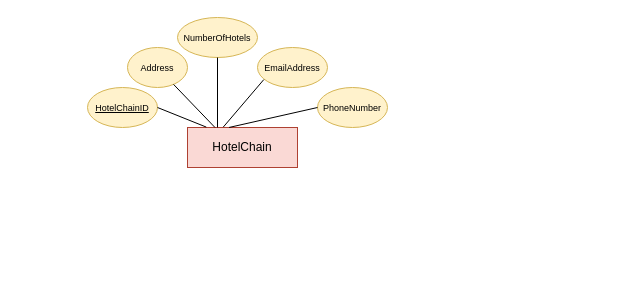
Earlier version of the draw.io diagram 1st-deliverable/Untitled Diagram.drawio (miuponn/eHotels-Project). Source tidied: cells renumbered, new cells numbered last; positions are measured from the earlier drawing's top-left corner, leaving out a move shared by most shapes. Both pictures are drawn from the tidied source at 100%, with x=0, y=0 at pixel (87, 17).
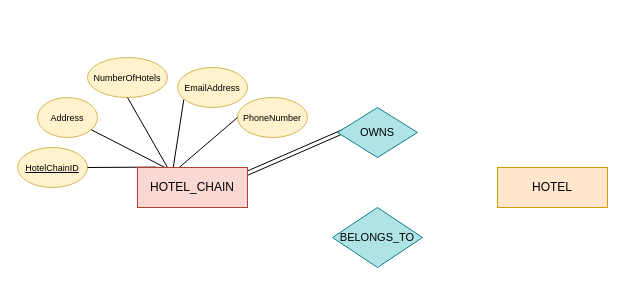
After the change.

What changed in the source:
```diff
@@
-    <mxCell id="2" value="HotelChain" style="rounded=0;whiteSpace=wrap;html=1;fillColor=#fad9d5;strokeColor=#ae4132;" parent="1" vertex="1">
-      <mxGeometry x="100" y="110" width="110" height="40" as="geometry" />
-    </mxCell>
     <mxCell id="3" value="&lt;font style=&quot;font-size: 9px;&quot;&gt;Address&lt;/font&gt;" style="ellipse;whiteSpace=wrap;html=1;fillColor=#fff2cc;strokeColor=#d6b656;" parent="1" vertex="1">
-      <mxGeometry x="40" y="30" width="60" height="40" as="geometry" />
+      <mxGeometry x="-50" y="80" width="60" height="40" as="geometry" />
     </mxCell>
     <mxCell id="4" value="&lt;font size=&quot;1&quot;&gt;&lt;u style=&quot;font-size: 9px;&quot;&gt;HotelChainID&lt;/u&gt;&lt;/font&gt;" style="ellipse;whiteSpace=wrap;html=1;fillColor=#fff2cc;strokeColor=#d6b656;" parent="1" vertex="1">
-      <mxGeometry y="70" width="70" height="40" as="geometry" />
+      <mxGeometry x="-70" y="130" width="70" height="40" as="geometry" />
     </mxCell>
     <mxCell id="5" value="&lt;font style=&quot;font-size: 9px;&quot;&gt;NumberOfHotels&lt;/font&gt;" style="ellipse;whiteSpace=wrap;html=1;fillColor=#fff2cc;strokeColor=#d6b656;" parent="1" vertex="1">
-      <mxGeometry x="90" width="80" height="40" as="geometry" />
+      <mxGeometry y="40" width="80" height="40" as="geometry" />
     </mxCell>
-    <mxCell id="6" style="endArrow=none;html=1;rounded=0;entryX=0.171;entryY=-0.01;entryDx=0;entryDy=0;entryPerimeter=0;exitX=1;exitY=0.5;exitDx=0;exitDy=0;" parent="1" edge="1" source="4" target="2">
-      <mxGeometry relative="1" as="geometry" />
+    <mxCell id="6" style="endArrow=none;html=1;rounded=0;entryX=0.171;entryY=-0.01;entryDx=0;entryDy=0;entryPerimeter=0;exitX=1;exitY=0.5;exitDx=0;exitDy=0;" parent="1" edge="1" source="4">
+      <mxGeometry relative="1" as="geometry">
+        <mxPoint x="68.8" y="149.6" as="targetPoint" />
+      </mxGeometry>
     </mxCell>
     <mxCell id="7" value="&lt;font style=&quot;font-size: 9px;&quot;&gt;EmailAddress&lt;/font&gt;" style="ellipse;whiteSpace=wrap;html=1;fillColor=#fff2cc;strokeColor=#d6b656;" parent="1" vertex="1">
-      <mxGeometry x="170" y="30" width="70" height="40" as="geometry" />
+      <mxGeometry x="90" y="50" width="70" height="40" as="geometry" />
     </mxCell>
     <mxCell id="8" style="endArrow=none;html=1;rounded=0;exitX=0.5;exitY=1;exitDx=0;exitDy=0;" parent="1" edge="1" source="5">
       <mxGeometry relative="1" as="geometry">
-        <mxPoint x="130" y="110" as="targetPoint" />
+        <mxPoint x="80" y="150" as="targetPoint" />
       </mxGeometry>
     </mxCell>
     <mxCell id="9" value="&lt;font style=&quot;font-size: 9px;&quot;&gt;PhoneNumber&lt;/font&gt;" style="ellipse;whiteSpace=wrap;html=1;fillColor=#fff2cc;strokeColor=#d6b656;" parent="1" vertex="1">
-      <mxGeometry x="230" y="70" width="70" height="40" as="geometry" />
+      <mxGeometry x="150" y="80" width="70" height="40" as="geometry" />
     </mxCell>
-    <mxCell id="10" style="endArrow=none;html=1;rounded=0;entryX=0.25;entryY=0;entryDx=0;entryDy=0;" parent="1" edge="1" source="3" target="2">
-      <mxGeometry relative="1" as="geometry" />
+    <mxCell id="10" style="endArrow=none;html=1;rounded=0;entryX=0.25;entryY=0;entryDx=0;entryDy=0;" parent="1" edge="1" source="3">
+      <mxGeometry relative="1" as="geometry">
+        <mxPoint x="77.5" y="150" as="targetPoint" />
+      </mxGeometry>
     </mxCell>
-    <mxCell id="11" style="endArrow=none;html=1;rounded=0;entryX=0.09;entryY=0.802;entryDx=0;entryDy=0;entryPerimeter=0;exitX=0.325;exitY=-0.01;exitDx=0;exitDy=0;exitPerimeter=0;" parent="1" edge="1" source="2" target="7">
-      <mxGeometry relative="1" as="geometry" />
+    <mxCell id="11" style="endArrow=none;html=1;rounded=0;entryX=0.09;entryY=0.802;entryDx=0;entryDy=0;entryPerimeter=0;exitX=0.325;exitY=-0.01;exitDx=0;exitDy=0;exitPerimeter=0;" parent="1" edge="1" target="7">
+      <mxGeometry relative="1" as="geometry">
+        <mxPoint x="85.8" y="149.6" as="sourcePoint" />
+      </mxGeometry>
     </mxCell>
-    <mxCell id="12" style="endArrow=none;html=1;rounded=0;entryX=0;entryY=0.5;entryDx=0;entryDy=0;exitX=0.378;exitY=-0.001;exitDx=0;exitDy=0;exitPerimeter=0;" parent="1" edge="1" source="2" target="9">
-      <mxGeometry relative="1" as="geometry" />
+    <mxCell id="12" style="endArrow=none;html=1;rounded=0;entryX=0;entryY=0.5;entryDx=0;entryDy=0;exitX=0.378;exitY=-0.001;exitDx=0;exitDy=0;exitPerimeter=0;" parent="1" edge="1" target="9">
+      <mxGeometry relative="1" as="geometry">
+        <mxPoint x="91.6" y="150" as="sourcePoint" />
+      </mxGeometry>
     </mxCell>
+    <mxCell id="13" style="endArrow=none;html=1;rounded=0;entryX=0.082;entryY=0.472;entryDx=0;entryDy=0;shape=link;entryPerimeter=0;exitX=0.909;exitY=0.25;exitDx=0;exitDy=0;exitPerimeter=0;" parent="1" edge="1" target="16">
+      <mxGeometry relative="1" as="geometry">
+        <mxPoint x="150" y="160" as="sourcePoint" />
+      </mxGeometry>
+    </mxCell>
+    <mxCell id="14" value="HOTEL" style="rounded=0;whiteSpace=wrap;html=1;fillColor=#ffe6cc;strokeColor=#d79b00;" parent="1" vertex="1">
+      <mxGeometry x="410" y="150" width="110" height="40" as="geometry" />
+    </mxCell>
+    <mxCell id="15" value="&lt;font style=&quot;font-size: 11px;&quot;&gt;BELONGS_TO&lt;/font&gt;" style="rhombus;whiteSpace=wrap;html=1;fillColor=#b0e3e6;strokeColor=#0e8088;" parent="1" vertex="1">
+      <mxGeometry x="245" y="190" width="90" height="60" as="geometry" />
+    </mxCell>
+    <mxCell id="16" value="&lt;font style=&quot;font-size: 11px;&quot;&gt;OWNS&lt;/font&gt;" style="rhombus;whiteSpace=wrap;html=1;fillColor=#b0e3e6;strokeColor=#0e8088;" parent="1" vertex="1">
+      <mxGeometry x="250" y="90" width="80" height="50" as="geometry" />
+    </mxCell>
+    <mxCell id="17" value="HOTEL_CHAIN" style="rounded=0;whiteSpace=wrap;html=1;fillColor=#fad9d5;strokeColor=#ae4132;" parent="1" vertex="1">
+      <mxGeometry x="50" y="150" width="110" height="40" as="geometry" />
+    </mxCell>
```
